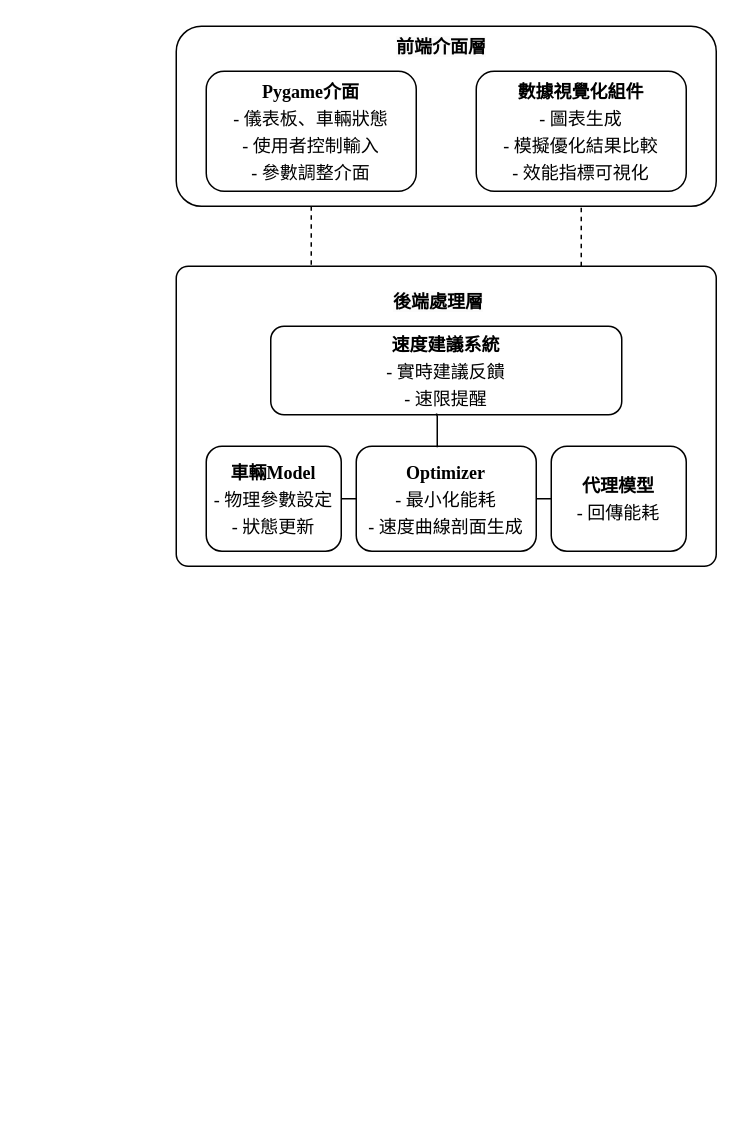
The draw.io diagram page "第 1 页" (1 of 5) of 優化器模擬器互動.drawio in lai20021015/Automobile-energy-consumption-detector, before the edit. Source tidied: cells renumbered, new cells numbered last; positions are measured from the earlier drawing's top-left corner, leaving out a move shared by most shapes. Both pictures are drawn from the tidied source at 150%, with x=0, y=0 at pixel (176, 26).
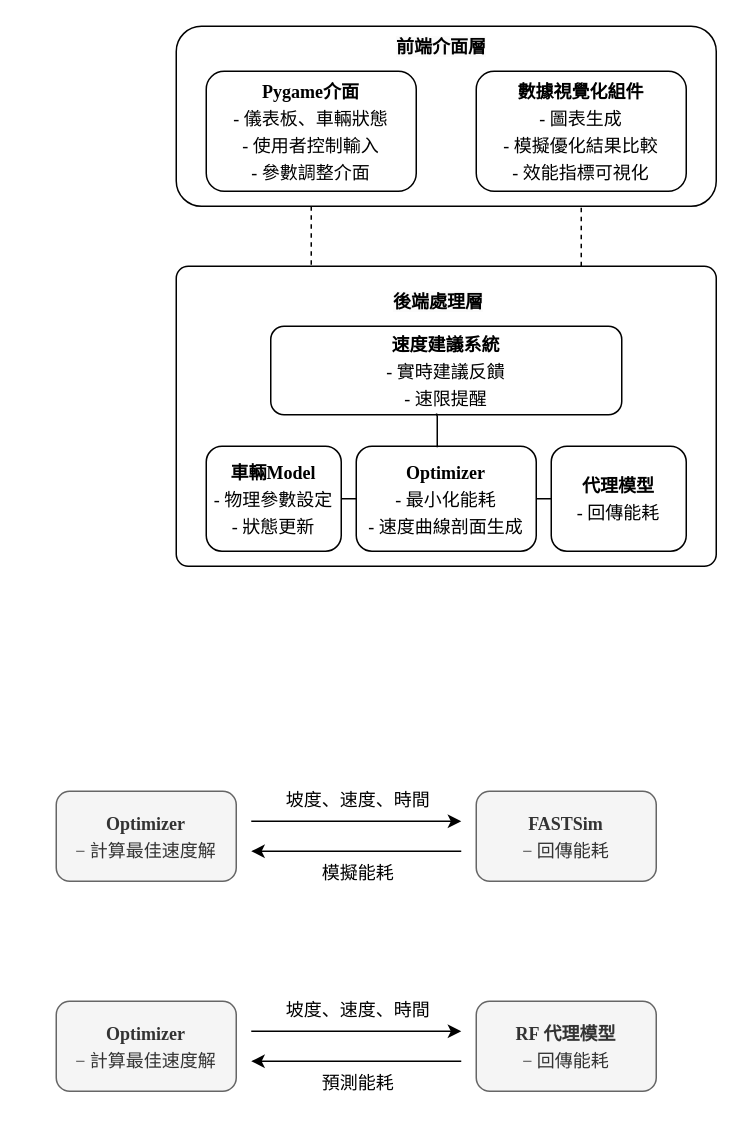
The same page after the edit.

Diff of the diagram source:
```diff
@@
+    <mxCell id="17" style="rounded=0;whiteSpace=wrap;html=1;strokeColor=#FFFFFF;" parent="1" vertex="1">
+      <mxGeometry x="-100" y="490" width="440" height="100" as="geometry" />
+    </mxCell>
@@
+    <mxCell id="18" value="&lt;div style=&quot;line-height: 150%;&quot;&gt;&lt;font face=&quot;Times New Roman&quot;&gt;&lt;b&gt;Optimizer&lt;/b&gt;&lt;/font&gt;&lt;div&gt;&lt;font face=&quot;Times New Roman&quot;&gt;− 計算最佳速度解&lt;/font&gt;&lt;/div&gt;&lt;/div&gt;" style="rounded=1;whiteSpace=wrap;html=1;strokeColor=#666666;fillColor=#f5f5f5;fontColor=#333333;" parent="1" vertex="1">
+      <mxGeometry x="-80" y="510" width="120" height="60" as="geometry" />
+    </mxCell>
+    <mxCell id="19" value="&lt;div style=&quot;line-height: 150%;&quot;&gt;&lt;font face=&quot;Times New Roman&quot;&gt;&lt;b&gt;FASTSim&lt;/b&gt;&lt;/font&gt;&lt;br&gt;&lt;div&gt;&lt;font face=&quot;Times New Roman&quot;&gt;− 回傳能耗&lt;/font&gt;&lt;/div&gt;&lt;/div&gt;" style="rounded=1;whiteSpace=wrap;html=1;strokeColor=#666666;fillColor=#f5f5f5;fontColor=#333333;" parent="1" vertex="1">
+      <mxGeometry x="200" y="510" width="120" height="60" as="geometry" />
+    </mxCell>
+    <mxCell id="20" style="endArrow=classic;html=1;rounded=0;" parent="1" edge="1">
+      <mxGeometry relative="1" as="geometry">
+        <mxPoint x="50" y="530" as="sourcePoint" />
+        <mxPoint x="190" y="530" as="targetPoint" />
+      </mxGeometry>
+    </mxCell>
+    <mxCell id="21" style="endArrow=classic;html=1;rounded=0;" parent="1" edge="1">
+      <mxGeometry relative="1" as="geometry">
+        <mxPoint x="190" y="550" as="sourcePoint" />
+        <mxPoint x="50" y="550" as="targetPoint" />
+      </mxGeometry>
+    </mxCell>
+    <mxCell id="22" value="&lt;font style=&quot;line-height: 150%;&quot; face=&quot;Times New Roman&quot;&gt;坡度、速度、時間&lt;/font&gt;" style="text;html=1;align=center;verticalAlign=middle;whiteSpace=wrap;rounded=0;" parent="1" vertex="1">
+      <mxGeometry x="63" y="500" width="117" height="30" as="geometry" />
+    </mxCell>
+    <mxCell id="23" value="&lt;font face=&quot;Times New Roman&quot;&gt;模擬能耗&lt;/font&gt;" style="text;html=1;align=center;verticalAlign=middle;whiteSpace=wrap;rounded=0;" parent="1" vertex="1">
+      <mxGeometry x="63" y="550" width="117" height="30" as="geometry" />
+    </mxCell>
+    <mxCell id="24" style="rounded=0;whiteSpace=wrap;html=1;strokeColor=#FFFFFF;" parent="1" vertex="1">
+      <mxGeometry x="-100" y="630" width="440" height="100" as="geometry" />
+    </mxCell>
+    <mxCell id="25" value="&lt;div style=&quot;line-height: 150%;&quot;&gt;&lt;font face=&quot;Times New Roman&quot;&gt;&lt;b&gt;Optimizer&lt;/b&gt;&lt;/font&gt;&lt;div&gt;&lt;font face=&quot;Times New Roman&quot;&gt;− 計算最佳速度解&lt;/font&gt;&lt;/div&gt;&lt;/div&gt;" style="rounded=1;whiteSpace=wrap;html=1;strokeColor=#666666;fillColor=#f5f5f5;fontColor=#333333;" parent="1" vertex="1">
+      <mxGeometry x="-80" y="650" width="120" height="60" as="geometry" />
+    </mxCell>
+    <mxCell id="26" value="&lt;div style=&quot;line-height: 150%;&quot;&gt;&lt;font face=&quot;Times New Roman&quot;&gt;&lt;b&gt;RF 代理模型&lt;/b&gt;&lt;/font&gt;&lt;/div&gt;&lt;div style=&quot;line-height: 150%;&quot;&gt;&lt;font face=&quot;Times New Roman&quot;&gt;− 回傳能耗&lt;/font&gt;&lt;/div&gt;" style="rounded=1;whiteSpace=wrap;html=1;strokeColor=#666666;fillColor=#f5f5f5;fontColor=#333333;" parent="1" vertex="1">
+      <mxGeometry x="200" y="650" width="120" height="60" as="geometry" />
+    </mxCell>
+    <mxCell id="27" style="endArrow=classic;html=1;rounded=0;" parent="1" edge="1">
+      <mxGeometry relative="1" as="geometry">
+        <mxPoint x="50" y="670" as="sourcePoint" />
+        <mxPoint x="190" y="670" as="targetPoint" />
+      </mxGeometry>
+    </mxCell>
+    <mxCell id="28" style="endArrow=classic;html=1;rounded=0;" parent="1" edge="1">
+      <mxGeometry relative="1" as="geometry">
+        <mxPoint x="190" y="690" as="sourcePoint" />
+        <mxPoint x="50" y="690" as="targetPoint" />
+      </mxGeometry>
+    </mxCell>
+    <mxCell id="29" value="&lt;font style=&quot;line-height: 150%;&quot; face=&quot;Times New Roman&quot;&gt;坡度、速度、時間&lt;/font&gt;" style="text;html=1;align=center;verticalAlign=middle;whiteSpace=wrap;rounded=0;" parent="1" vertex="1">
+      <mxGeometry x="63" y="640" width="117" height="30" as="geometry" />
+    </mxCell>
+    <mxCell id="30" value="&lt;font face=&quot;Times New Roman&quot;&gt;預測能耗&lt;/font&gt;" style="text;html=1;align=center;verticalAlign=middle;whiteSpace=wrap;rounded=0;" parent="1" vertex="1">
+      <mxGeometry x="63" y="690" width="117" height="30" as="geometry" />
+    </mxCell>
```
